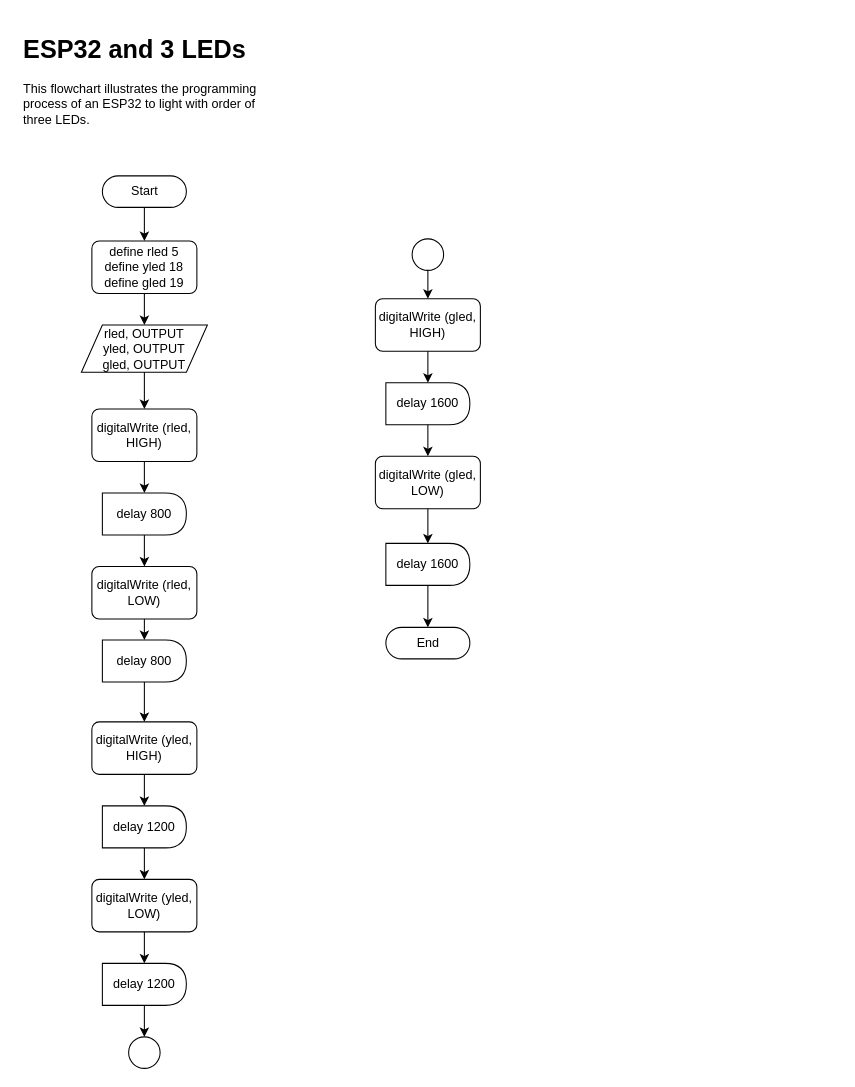
troders34/troders34 keeps this draw.io diagram as ESP32 and 3 LEDs.drawio. Above is the earlier version. Source tidied: cells renumbered, new cells numbered last; positions are measured from the earlier drawing's top-left corner, leaving out a move shared by most shapes. Both pictures are drawn from the tidied source at 105%, with x=0, y=0 at pixel (18, 28).
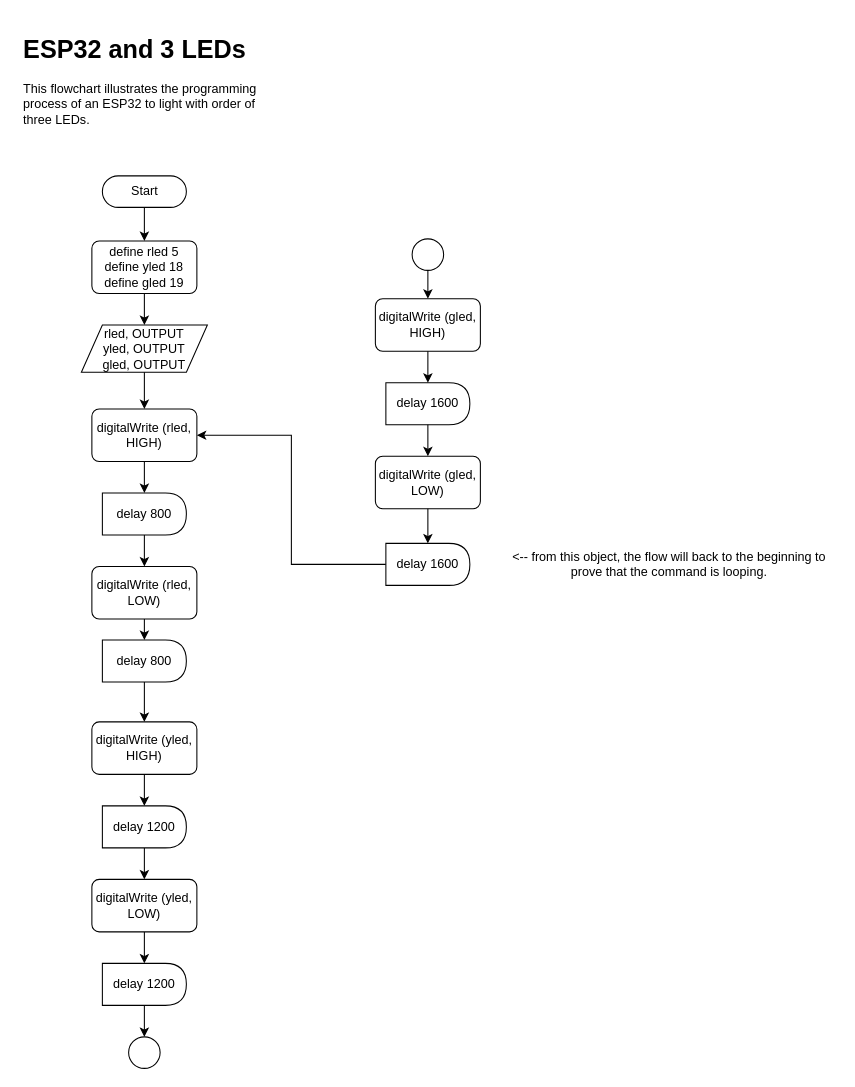
Above is the later version.

The change refers to these unchanged cells:
```xml
<mxCell id="6" value="digitalWrite (rled, HIGH)" style="rounded=1;whiteSpace=wrap;html=1;absoluteArcSize=1;arcSize=14;strokeWidth=1;" parent="1" vertex="1">
  <mxGeometry x="70" y="362" width="100" height="50" as="geometry" />
</mxCell>
<mxCell id="33" value="delay 1600" style="shape=delay;whiteSpace=wrap;html=1;strokeWidth=1;" parent="1" vertex="1">
  <mxGeometry x="350" y="490" width="80" height="40" as="geometry" />
</mxCell>
```

Change to the diagram source:
```diff
@@
-    <mxCell id="3" value="End" style="html=1;dashed=0;whitespace=wrap;shape=mxgraph.dfd.start;" parent="1" vertex="1">
-      <mxGeometry x="350" y="570" width="80" height="30" as="geometry" />
-    </mxCell>
@@
-    <mxCell id="32" style="edgeStyle=orthogonalEdgeStyle;rounded=0;jettySize=auto;html=1;exitX=0.5;exitY=1;exitDx=0;exitDy=0;entryX=0.5;entryY=0.5;entryDx=0;entryDy=-15;entryPerimeter=0;" parent="1" edge="1" source="33" target="3">
-      <mxGeometry relative="1" as="geometry" />
-    </mxCell>
+    <mxCell id="37" style="edgeStyle=orthogonalEdgeStyle;rounded=0;jettySize=auto;html=1;exitX=0;exitY=0.5;exitDx=0;exitDy=0;entryX=1;entryY=0.5;entryDx=0;entryDy=0;" parent="1" edge="1" source="33" target="6">
+      <mxGeometry relative="1" as="geometry" />
+    </mxCell>
@@
+    <mxCell id="38" value="&amp;lt;-- from this object, the flow will back to the beginning to prove that the command is looping." style="text;html=1;strokeColor=none;fillColor=none;align=center;verticalAlign=middle;whiteSpace=wrap;rounded=0;" parent="1" vertex="1">
+      <mxGeometry x="460" y="495" width="320" height="30" as="geometry" />
+    </mxCell>
```
